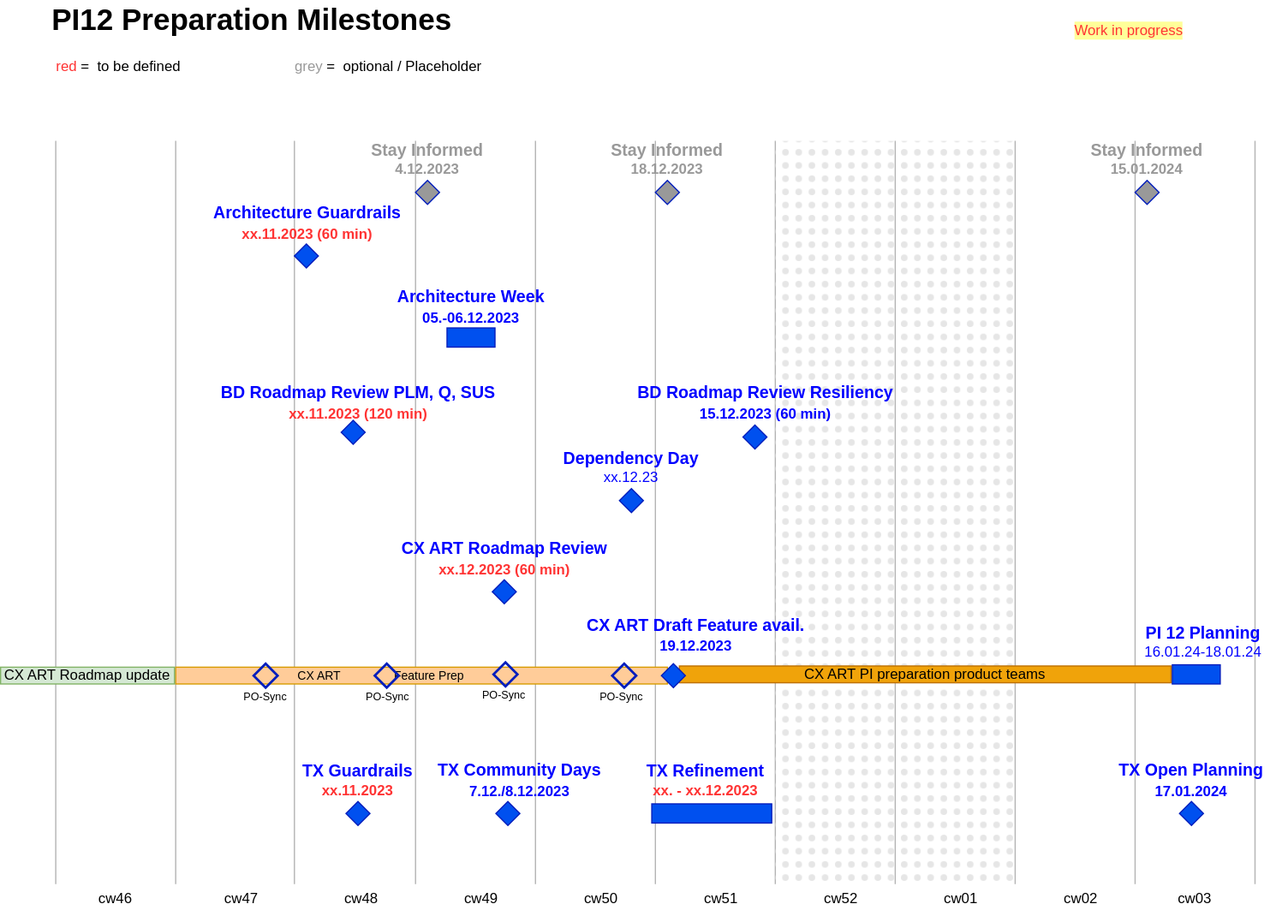
mabige/scratchpad keeps this draw.io diagram as PI12-Preparation-Timeline.drawio.svg. Above is the earlier version. Source tidied: cells renumbered, new cells last; positions are measured from the earlier drawing's top-left corner, leaving out a move shared by most shapes.
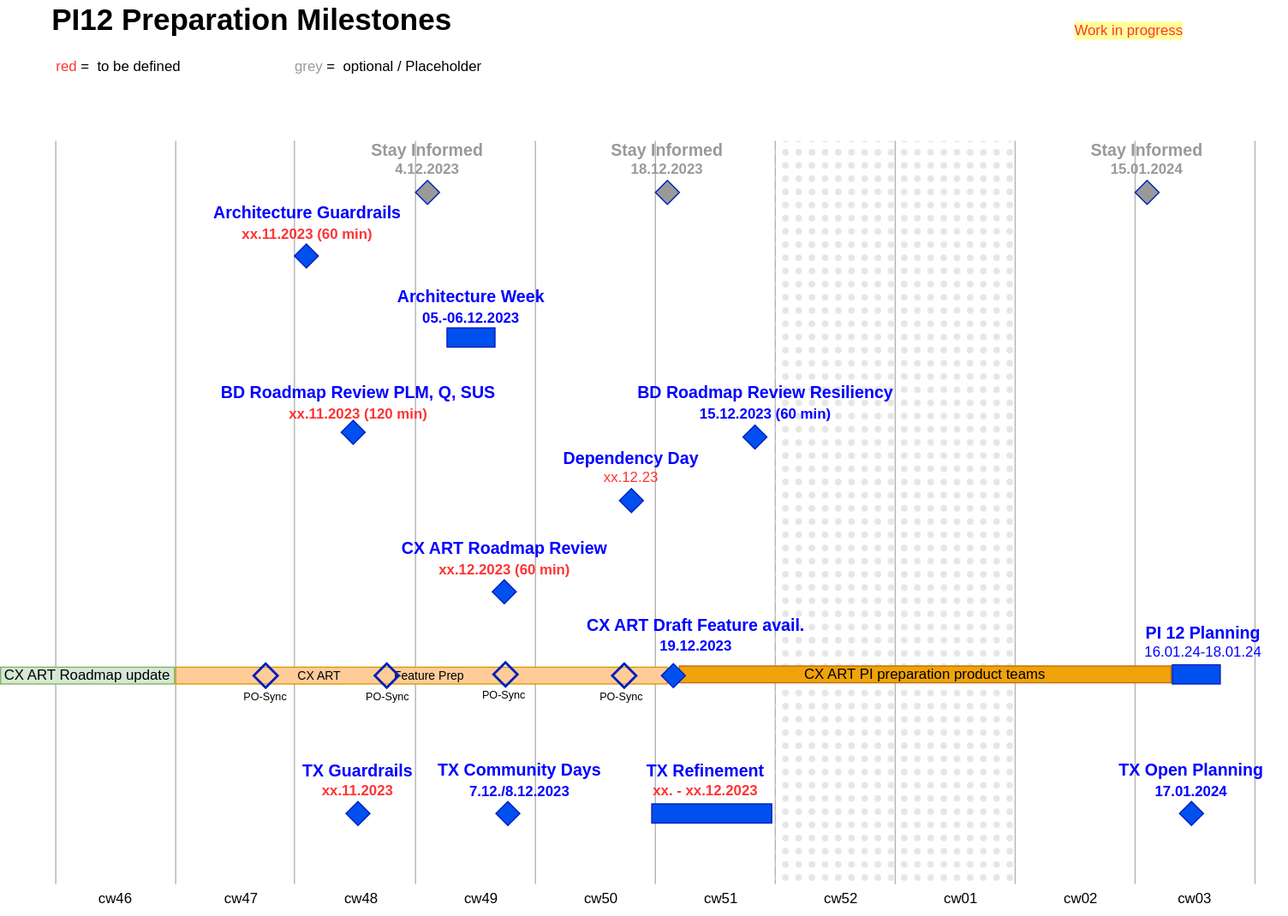
Above is the later version.

Change to the diagram source:
```diff
@@ -107,7 +107,7 @@
     <mxCell id="25" style="rhombus;whiteSpace=wrap;html=1;fillColor=#0050ef;fontColor=#ffffff;strokeColor=#001DBC;" parent="24" vertex="1">
       <mxGeometry x="50" y="33" width="20" height="20" as="geometry" />
     </mxCell>
-    <mxCell id="26" value="&lt;font style=&quot;font-size: 14px;&quot;&gt;Dependency Day&lt;/font&gt;&lt;br&gt;&lt;span style=&quot;font-weight: normal;&quot;&gt;xx.12.23&lt;/span&gt;" style="text;html=1;strokeColor=none;fillColor=none;align=center;verticalAlign=middle;whiteSpace=wrap;rounded=0;fontStyle=1;fontColor=#0000FF;" parent="24" vertex="1">
+    <mxCell id="26" value="&lt;font style=&quot;font-size: 14px;&quot;&gt;Dependency Day&lt;/font&gt;&lt;br&gt;&lt;span style=&quot;font-weight: normal;&quot;&gt;&lt;font color=&quot;#ff3333&quot;&gt;xx.12.23&lt;/font&gt;&lt;/span&gt;" style="text;html=1;strokeColor=none;fillColor=none;align=center;verticalAlign=middle;whiteSpace=wrap;rounded=0;fontStyle=1;fontColor=#0000FF;" parent="24" vertex="1">
       <mxGeometry width="120" height="30" as="geometry" />
     </mxCell>
     <mxCell id="27" style="group;" parent="1" vertex="1">
```
